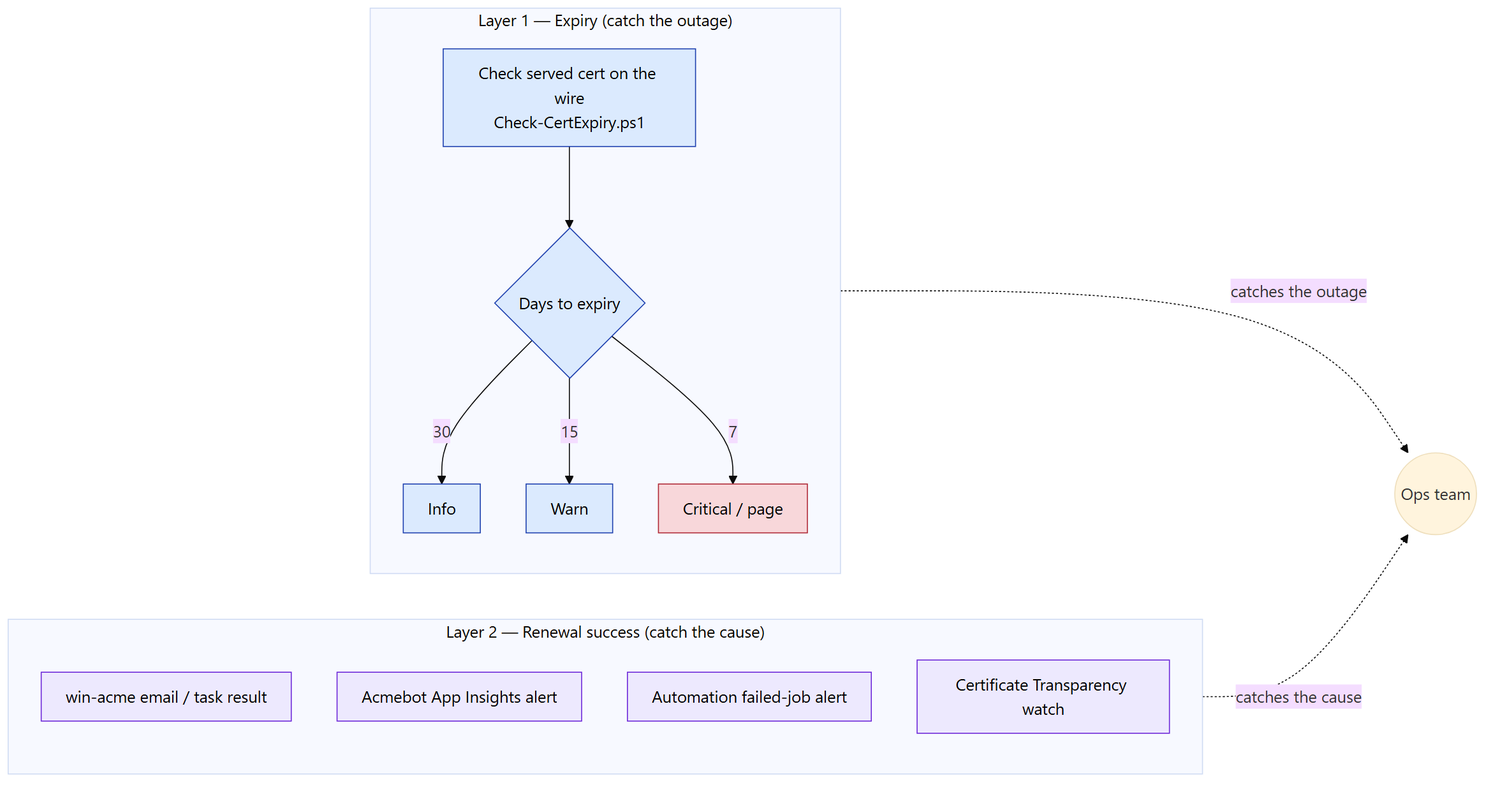
xphox2/Cert-Man-Windows keeps this Mermaid diagram as docs/diagrams/monitoring-dual-layer.png. Above is the earlier version. Its source is kept beside it as docs/diagrams/src/monitoring-dual-layer.mmd.
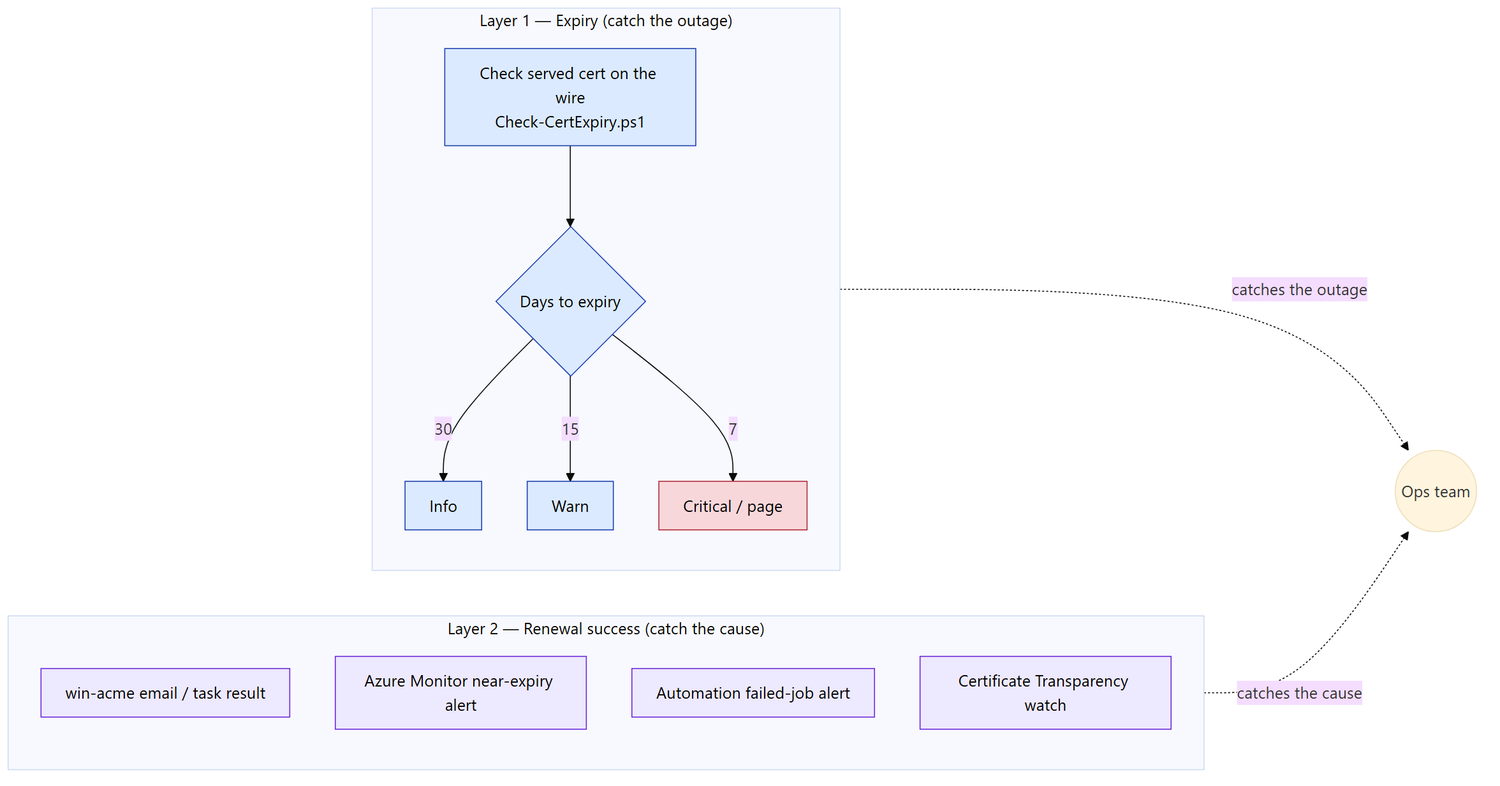
After the change.

The edit, as a diff of the source:
```diff
@@ -7,7 +7,7 @@
     end
     subgraph L2["Layer 2 — Renewal success (catch the cause)"]
         B1[win-acme email / task result]
-        B2[Acmebot App Insights alert]
+        B2[Azure Monitor near-expiry alert]
         B3[Automation failed-job alert]
         B4[Certificate Transparency watch]
     end
```
